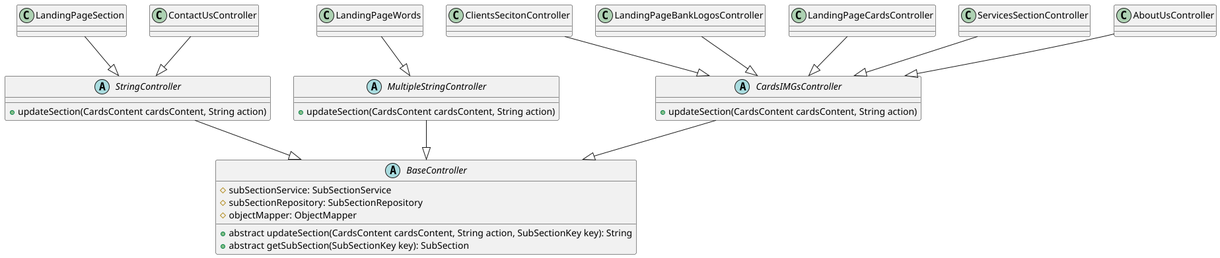
Earlier version of the PlantUML export docs/uml/Controllers-0.png (aamer867/el.waleed-api). Its diagram source:
```plantuml
@startuml
abstract class BaseController {
    #subSectionService: SubSectionService
    #subSectionRepository: SubSectionRepository
    #objectMapper: ObjectMapper

    + abstract updateSection(CardsContent cardsContent, String action, SubSectionKey key): String
    + abstract getSubSection(SubSectionKey key): SubSection
}

abstract class StringController {
    + updateSection(CardsContent cardsContent, String action)
}
abstract class MultipleStringController {
    + updateSection(CardsContent cardsContent, String action)
}
LandingPageWords --|> MultipleStringController
LandingPageSection --|> StringController
ContactUsController --|> StringController
StringController --|> BaseController
MultipleStringController --|> BaseController

abstract class CardsIMGsController {
    + updateSection(CardsContent cardsContent, String action)
}

CardsIMGsController --|> BaseController

ClientsSecitonController --|> CardsIMGsController
LandingPageBankLogosController --|> CardsIMGsController
LandingPageCardsController --|> CardsIMGsController
ServicesSectionController --|> CardsIMGsController
AboutUsController --|> CardsIMGsController

@enduml
```
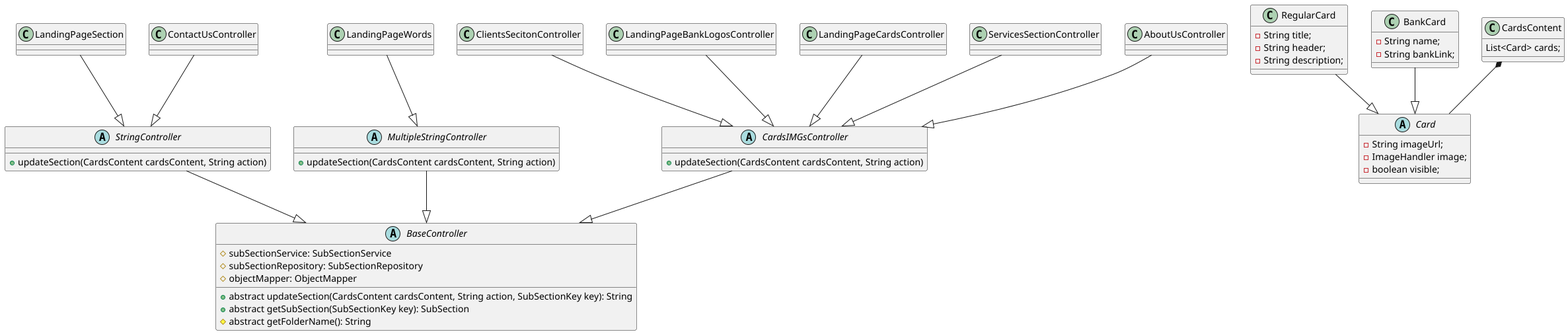
Above is the later version.

Diff of the diagram source:
```diff
@@ -6,6 +6,7 @@
 
     + abstract updateSection(CardsContent cardsContent, String action, SubSectionKey key): String
     + abstract getSubSection(SubSectionKey key): SubSection
+    # abstract getFolderName(): String
 }
 
 abstract class StringController {
@@ -32,4 +33,32 @@
 ServicesSectionController --|> CardsIMGsController
 AboutUsController --|> CardsIMGsController
 
+
+Abstract class Card {
+    - String imageUrl;
+    - ImageHandler image;
+    - boolean visible;
+
+}
+
+class RegularCard {
+    - String title;
+    - String header;
+    - String description;
+}
+
+class BankCard {
+    - String name;
+    - String bankLink;
+}
+
+class CardsContent {
+    List<Card> cards;
+}
+
+CardsContent *-- Card
+BankCard --|> Card
+RegularCard --|> Card
+
+
 @enduml
```
